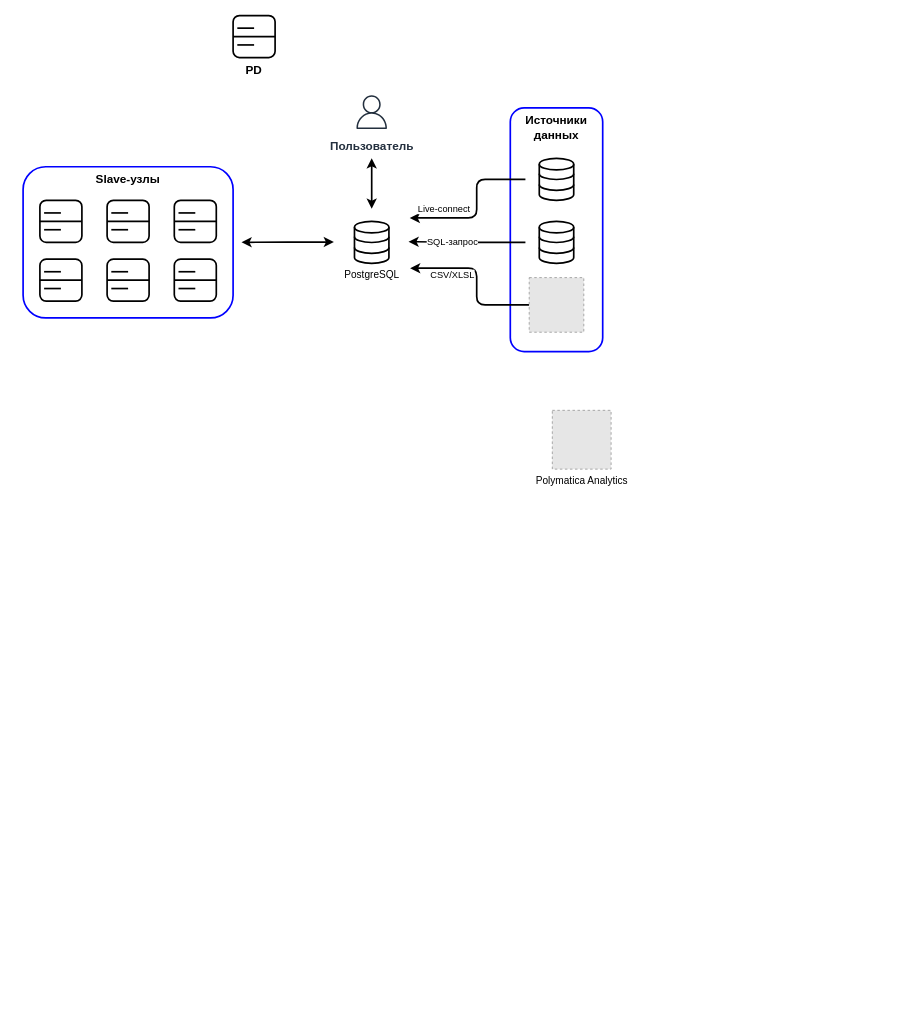
Earlier version of the draw.io diagram page "PD_v4" (10 of 10) of YDB-PD_v3.drawio (FYamaev/draw.io). Source tidied: cells renumbered, new cells numbered last; positions are measured from the earlier drawing's top-left corner, leaving out a move shared by most shapes. Both pictures are drawn from the tidied source at 84%, with x=0, y=0 at pixel (14, 15). Pictures stored in the file or linked from it are replaced by grey dashed boxes.
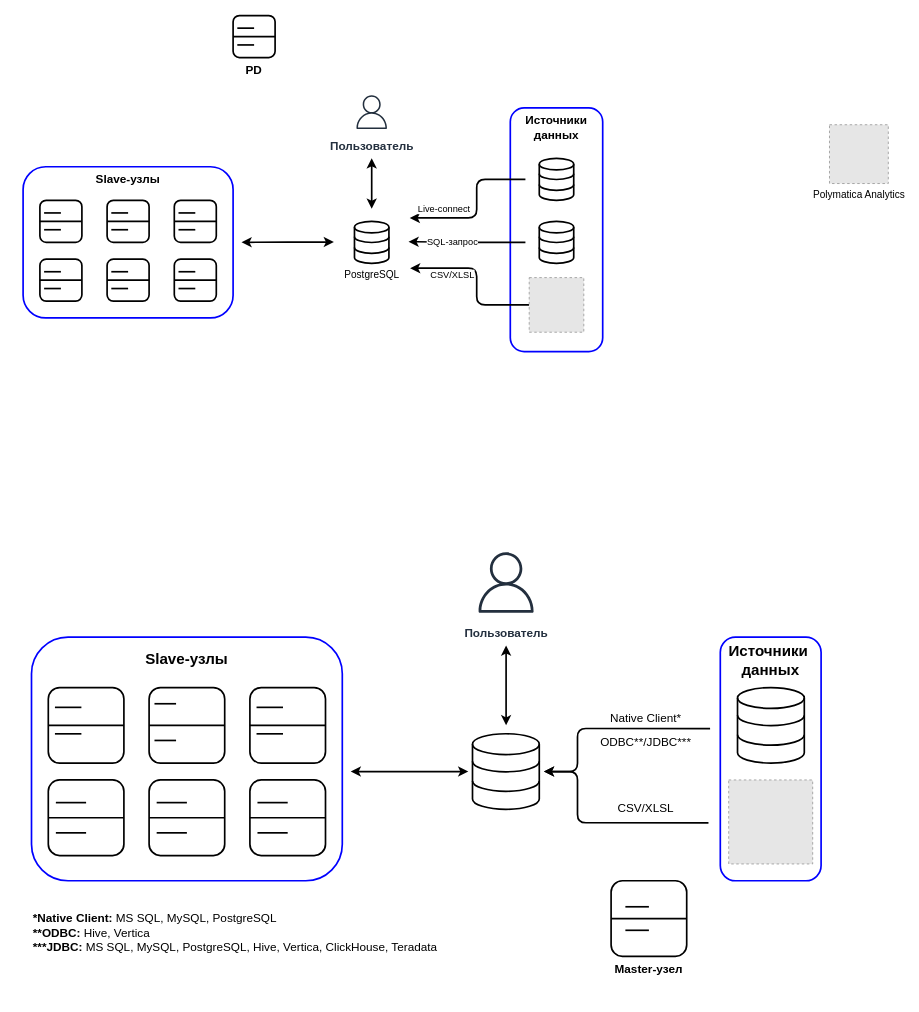
The same page after the edit.

Diff of the diagram source:
```diff
@@
     <mxCell id="57" value="Polymatica Analytics" style="fillColor=#E6E6E6;strokeColor=#999999;dashed=1;html=1;verticalAlign=top;verticalLabelPosition=bottom;labelBackgroundColor=#ffffff;" parent="1" vertex="1">
-      <mxGeometry x="640" y="470" width="70" height="70" as="geometry" />
+      <mxGeometry x="970" y="130" width="70" height="70" as="geometry" />
     </mxCell>
+    <mxCell id="58" style="rounded=0;whiteSpace=wrap;html=1;strokeColor=none;opacity=0;fontSize=14;" parent="1" vertex="1">
+      <mxGeometry x="540" y="845" width="90" height="110" as="geometry" />
+    </mxCell>
+    <mxCell id="59" style="rounded=0;whiteSpace=wrap;html=1;strokeColor=none;opacity=0;" parent="1" vertex="1">
+      <mxGeometry x="830" y="740" width="120" height="310" as="geometry" />
+    </mxCell>
+    <mxCell id="60" value="Источники&amp;nbsp;&lt;div&gt;данных&lt;/div&gt;" style="rounded=1;whiteSpace=wrap;html=1;strokeWidth=2;strokeColor=#0000FF;verticalAlign=top;fontSize=18;fontStyle=1;" parent="1" vertex="1">
+      <mxGeometry x="840" y="740" width="120" height="290" as="geometry" />
+    </mxCell>
+    <mxCell id="61" style="rounded=0;whiteSpace=wrap;html=1;strokeColor=none;opacity=0;" parent="1" vertex="1">
+      <mxGeometry x="10" y="740" width="390" height="320" as="geometry" />
+    </mxCell>
+    <mxCell id="62" style="edgeStyle=orthogonalEdgeStyle;rounded=0;jettySize=auto;html=1;exitX=0;exitY=0.5;exitDx=0;exitDy=0;entryX=1;entryY=0.5;entryDx=0;entryDy=0;startArrow=classic;startFill=1;strokeWidth=2;" parent="1" edge="1" source="58" target="61">
+      <mxGeometry relative="1" as="geometry" />
+    </mxCell>
+    <mxCell id="63" value="Slave-узлы" style="rounded=1;whiteSpace=wrap;html=1;strokeWidth=2;strokeColor=#0000FF;verticalAlign=top;fontSize=18;fontStyle=1;spacingTop=10;" parent="1" vertex="1">
+      <mxGeometry x="20" y="740" width="370" height="290" as="geometry" />
+    </mxCell>
+    <mxCell id="64" style="group;" parent="1" vertex="1">
+      <mxGeometry x="40" y="800" width="90" height="90" as="geometry" />
+    </mxCell>
+    <mxCell id="65" style="group;" parent="64" vertex="1">
+      <mxGeometry width="90" height="90" as="geometry" />
+    </mxCell>
+    <mxCell id="66" style="rounded=1;whiteSpace=wrap;html=1;strokeWidth=2;" parent="65" vertex="1">
+      <mxGeometry width="90" height="90" as="geometry" />
+    </mxCell>
+    <mxCell id="67" style="endArrow=none;html=1;rounded=0;exitX=0;exitY=0.5;exitDx=0;exitDy=0;entryX=1;entryY=0.5;entryDx=0;entryDy=0;strokeWidth=2;" parent="65" edge="1" source="66" target="66">
+      <mxGeometry relative="1" as="geometry" />
+    </mxCell>
+    <mxCell id="68" style="endArrow=none;html=1;rounded=0;strokeWidth=2;" parent="65" edge="1">
+      <mxGeometry relative="1" as="geometry">
+        <mxPoint x="7.9" y="23.6" as="sourcePoint" />
+        <mxPoint x="39.4" y="23.6" as="targetPoint" />
+      </mxGeometry>
+    </mxCell>
+    <mxCell id="69" style="endArrow=none;html=1;rounded=0;strokeWidth=2;" parent="65" edge="1">
+      <mxGeometry relative="1" as="geometry">
+        <mxPoint x="7.9" y="55.1" as="sourcePoint" />
+        <mxPoint x="39.4" y="55.1" as="targetPoint" />
+      </mxGeometry>
+    </mxCell>
+    <mxCell id="70" style="group;" parent="1" vertex="1">
+      <mxGeometry x="160" y="800" width="90" height="90" as="geometry" />
+    </mxCell>
+    <mxCell id="71" style="group;" parent="70" vertex="1">
+      <mxGeometry width="90" height="90" as="geometry" />
+    </mxCell>
+    <mxCell id="72" style="rounded=1;whiteSpace=wrap;html=1;strokeWidth=2;" parent="71" vertex="1">
+      <mxGeometry width="90" height="90" as="geometry" />
+    </mxCell>
+    <mxCell id="73" style="endArrow=none;html=1;rounded=0;exitX=0;exitY=0.5;exitDx=0;exitDy=0;entryX=1;entryY=0.5;entryDx=0;entryDy=0;strokeWidth=2;" parent="71" edge="1" source="72" target="72">
+      <mxGeometry relative="1" as="geometry" />
+    </mxCell>
+    <mxCell id="74" style="endArrow=none;html=1;rounded=0;strokeWidth=2;" parent="71" edge="1">
+      <mxGeometry relative="1" as="geometry">
+        <mxPoint x="6.4" y="19.3" as="sourcePoint" />
+        <mxPoint x="32.1" y="19.3" as="targetPoint" />
+      </mxGeometry>
+    </mxCell>
+    <mxCell id="75" style="endArrow=none;html=1;rounded=0;strokeWidth=2;" parent="71" edge="1">
+      <mxGeometry relative="1" as="geometry">
+        <mxPoint x="6.4" y="63" as="sourcePoint" />
+        <mxPoint x="32.1" y="63" as="targetPoint" />
+      </mxGeometry>
+    </mxCell>
+    <mxCell id="76" style="group;" parent="1" vertex="1">
+      <mxGeometry x="280" y="800" width="90" height="90" as="geometry" />
+    </mxCell>
+    <mxCell id="77" style="group;" parent="76" vertex="1">
+      <mxGeometry width="90" height="90" as="geometry" />
+    </mxCell>
+    <mxCell id="78" style="rounded=1;whiteSpace=wrap;html=1;strokeWidth=2;" parent="77" vertex="1">
+      <mxGeometry width="90" height="90" as="geometry" />
+    </mxCell>
+    <mxCell id="79" style="endArrow=none;html=1;rounded=0;exitX=0;exitY=0.5;exitDx=0;exitDy=0;entryX=1;entryY=0.5;entryDx=0;entryDy=0;strokeWidth=2;" parent="77" edge="1" source="78" target="78">
+      <mxGeometry relative="1" as="geometry" />
+    </mxCell>
+    <mxCell id="80" style="endArrow=none;html=1;rounded=0;strokeWidth=2;" parent="77" edge="1">
+      <mxGeometry relative="1" as="geometry">
+        <mxPoint x="7.9" y="23.6" as="sourcePoint" />
+        <mxPoint x="39.4" y="23.6" as="targetPoint" />
+      </mxGeometry>
+    </mxCell>
+    <mxCell id="81" style="endArrow=none;html=1;rounded=0;strokeWidth=2;" parent="77" edge="1">
+      <mxGeometry relative="1" as="geometry">
+        <mxPoint x="7.9" y="55.1" as="sourcePoint" />
+        <mxPoint x="39.4" y="55.1" as="targetPoint" />
+      </mxGeometry>
+    </mxCell>
+    <mxCell id="82" style="group;" parent="1" vertex="1">
+      <mxGeometry x="40" y="910" width="90" height="90" as="geometry" />
+    </mxCell>
+    <mxCell id="83" style="group;" parent="82" vertex="1">
+      <mxGeometry width="90" height="90" as="geometry" />
+    </mxCell>
+    <mxCell id="84" style="rounded=1;whiteSpace=wrap;html=1;strokeWidth=2;" parent="83" vertex="1">
+      <mxGeometry width="90" height="90" as="geometry" />
+    </mxCell>
+    <mxCell id="85" style="endArrow=none;html=1;rounded=0;exitX=0;exitY=0.5;exitDx=0;exitDy=0;entryX=1;entryY=0.5;entryDx=0;entryDy=0;strokeWidth=2;" parent="83" edge="1" source="84" target="84">
+      <mxGeometry relative="1" as="geometry" />
+    </mxCell>
+    <mxCell id="86" style="endArrow=none;html=1;rounded=0;strokeWidth=2;" parent="83" edge="1">
+      <mxGeometry relative="1" as="geometry">
+        <mxPoint x="9" y="27" as="sourcePoint" />
+        <mxPoint x="45" y="27" as="targetPoint" />
+      </mxGeometry>
+    </mxCell>
+    <mxCell id="87" style="endArrow=none;html=1;rounded=0;strokeWidth=2;" parent="83" edge="1">
+      <mxGeometry relative="1" as="geometry">
+        <mxPoint x="9" y="63" as="sourcePoint" />
+        <mxPoint x="45" y="63" as="targetPoint" />
+      </mxGeometry>
+    </mxCell>
+    <mxCell id="88" style="group;" parent="1" vertex="1">
+      <mxGeometry x="280" y="910" width="90" height="90" as="geometry" />
+    </mxCell>
+    <mxCell id="89" style="group;" parent="88" vertex="1">
+      <mxGeometry width="90" height="90" as="geometry" />
+    </mxCell>
+    <mxCell id="90" style="group;" parent="89" vertex="1">
+      <mxGeometry width="90" height="90" as="geometry" />
+    </mxCell>
+    <mxCell id="91" style="rounded=1;whiteSpace=wrap;html=1;strokeWidth=2;" parent="90" vertex="1">
+      <mxGeometry width="90" height="90" as="geometry" />
+    </mxCell>
+    <mxCell id="92" style="endArrow=none;html=1;rounded=0;exitX=0;exitY=0.5;exitDx=0;exitDy=0;entryX=1;entryY=0.5;entryDx=0;entryDy=0;strokeWidth=2;" parent="90" edge="1" source="91" target="91">
+      <mxGeometry relative="1" as="geometry" />
+    </mxCell>
+    <mxCell id="93" style="endArrow=none;html=1;rounded=0;strokeWidth=2;" parent="90" edge="1">
+      <mxGeometry relative="1" as="geometry">
+        <mxPoint x="9" y="27" as="sourcePoint" />
+        <mxPoint x="45" y="27" as="targetPoint" />
+      </mxGeometry>
+    </mxCell>
+    <mxCell id="94" style="endArrow=none;html=1;rounded=0;strokeWidth=2;" parent="90" edge="1">
+      <mxGeometry relative="1" as="geometry">
+        <mxPoint x="9" y="63" as="sourcePoint" />
+        <mxPoint x="45" y="63" as="targetPoint" />
+      </mxGeometry>
+    </mxCell>
+    <mxCell id="95" value="Пользователь" style="sketch=0;fontColor=#232F3E;gradientColor=none;strokeColor=#232F3E;fillColor=#ffffff;dashed=0;verticalLabelPosition=bottom;verticalAlign=top;align=center;html=1;fontSize=14;fontStyle=1;shape=mxgraph.aws4.resourceIcon;resIcon=mxgraph.aws4.user;" parent="1" vertex="1">
+      <mxGeometry x="540" y="630" width="90" height="90" as="geometry" />
+    </mxCell>
+    <mxCell id="96" style="endArrow=classic;startArrow=classic;html=1;rounded=0;strokeWidth=2;exitX=0.5;exitY=0;exitDx=0;exitDy=0;" parent="1" edge="1" source="58">
+      <mxGeometry relative="1" as="geometry">
+        <mxPoint x="585" y="750" as="targetPoint" />
+      </mxGeometry>
+    </mxCell>
+    <mxCell id="97" style="rounded=1;jettySize=auto;html=1;strokeWidth=2;spacing=0;jumpSize=6;entryX=1;entryY=0.5;entryDx=0;entryDy=0;exitX=-0.018;exitY=0.351;exitDx=0;exitDy=0;exitPerimeter=0;edgeStyle=orthogonalEdgeStyle;" parent="1" edge="1" source="59" target="58">
+      <mxGeometry relative="1" as="geometry">
+        <Array as="points">
+          <mxPoint x="670" y="849" />
+          <mxPoint x="670" y="900" />
+        </Array>
+      </mxGeometry>
+    </mxCell>
+    <mxCell id="98" value="ODBC**/JDBC***" style="edgeLabel;html=1;align=center;verticalAlign=top;fontSize=14;" parent="97" vertex="1">
+      <mxGeometry x="0.43" relative="1" as="geometry">
+        <mxPoint x="80" y="-19" as="offset" />
+      </mxGeometry>
+    </mxCell>
+    <mxCell id="99" value="Native Client*" style="edgeLabel;html=1;align=center;verticalAlign=bottom;rotation=0;fontSize=14;" parent="97" vertex="1">
+      <mxGeometry x="0.43" relative="1" as="geometry">
+        <mxPoint x="80" y="-22" as="offset" />
+      </mxGeometry>
+    </mxCell>
+    <mxCell id="100" style="html=1;verticalLabelPosition=bottom;align=center;labelBackgroundColor=#ffffff;verticalAlign=top;strokeWidth=2;strokeColor=#000000;shadow=0;dashed=0;shape=mxgraph.ios7.icons.data;" parent="1" vertex="1">
+      <mxGeometry x="860.5" y="800" width="79.5" height="90" as="geometry" />
+    </mxCell>
+    <mxCell id="101" style="rounded=1;jettySize=auto;html=1;strokeWidth=2;entryX=1;entryY=0.5;entryDx=0;entryDy=0;exitX=-0.034;exitY=0.713;exitDx=0;exitDy=0;exitPerimeter=0;edgeStyle=orthogonalEdgeStyle;" parent="1" edge="1" source="59" target="58">
+      <mxGeometry relative="1" as="geometry">
+        <Array as="points">
+          <mxPoint x="670" y="961" />
+          <mxPoint x="670" y="900" />
+        </Array>
+      </mxGeometry>
+    </mxCell>
+    <mxCell id="102" value="CSV/XLSL" style="edgeLabel;html=1;align=center;verticalAlign=bottom;fontSize=14;" parent="101" vertex="1">
+      <mxGeometry x="0.6" relative="1" as="geometry">
+        <mxPoint x="80" y="43" as="offset" />
+      </mxGeometry>
+    </mxCell>
+    <mxCell id="103" style="fillColor=#E6E6E6;strokeColor=#999999;dashed=1;html=1;verticalAlign=top;verticalLabelPosition=bottom;labelBackgroundColor=#ffffff;" parent="1" vertex="1">
+      <mxGeometry x="850" y="910" width="100" height="100" as="geometry" />
+    </mxCell>
+    <mxCell id="104" style="group;fontSize=15;" parent="1" vertex="1">
+      <mxGeometry x="720" y="1040" width="80" height="130" as="geometry" />
+    </mxCell>
+    <mxCell id="105" value="Master-узел" style="rounded=1;whiteSpace=wrap;html=1;strokeWidth=2;labelPosition=center;verticalLabelPosition=bottom;align=center;verticalAlign=top;fontSize=14;fontStyle=1;" parent="104" vertex="1">
+      <mxGeometry x="-10" y="-10" width="90" height="90" as="geometry" />
+    </mxCell>
+    <mxCell id="106" style="endArrow=none;html=1;rounded=0;exitX=0;exitY=0.5;exitDx=0;exitDy=0;entryX=1;entryY=0.5;entryDx=0;entryDy=0;strokeWidth=2;elbow=vertical;" parent="104" edge="1" source="105" target="105">
+      <mxGeometry relative="1" as="geometry" />
+    </mxCell>
+    <mxCell id="107" style="endArrow=none;html=1;rounded=0;strokeWidth=2;" parent="104" edge="1">
+      <mxGeometry relative="1" as="geometry">
+        <mxPoint x="7" y="21" as="sourcePoint" />
+        <mxPoint x="35" y="21" as="targetPoint" />
+      </mxGeometry>
+    </mxCell>
+    <mxCell id="108" style="endArrow=none;html=1;rounded=0;strokeWidth=2;" parent="104" edge="1">
+      <mxGeometry relative="1" as="geometry">
+        <mxPoint x="7" y="49" as="sourcePoint" />
+        <mxPoint x="35" y="49" as="targetPoint" />
+      </mxGeometry>
+    </mxCell>
+    <mxCell id="109" value="&lt;b&gt;*Native Client:&lt;/b&gt;&amp;nbsp;&lt;span style=&quot;background-color: transparent; color: light-dark(rgb(0, 0, 0), rgb(255, 255, 255));&quot;&gt;MS SQL,&amp;nbsp;&lt;/span&gt;&lt;span style=&quot;background-color: transparent; color: light-dark(rgb(0, 0, 0), rgb(255, 255, 255));&quot;&gt;MySQL,&amp;nbsp;&lt;/span&gt;&lt;span style=&quot;background-color: transparent; color: light-dark(rgb(0, 0, 0), rgb(255, 255, 255));&quot;&gt;PostgreSQL&lt;/span&gt;&lt;div&gt;&lt;span style=&quot;background-color: transparent; color: light-dark(rgb(0, 0, 0), rgb(255, 255, 255));&quot;&gt;&lt;b&gt;**ODBC:&lt;/b&gt; Hive, Vertica&lt;/span&gt;&lt;/div&gt;&lt;div&gt;&lt;span style=&quot;color: light-dark(rgb(0, 0, 0), rgb(255, 255, 255)); background-color: transparent;&quot;&gt;&lt;b&gt;***JDBC:&lt;/b&gt;&amp;nbsp;&lt;/span&gt;&lt;span style=&quot;color: light-dark(rgb(0, 0, 0), rgb(255, 255, 255)); background-color: transparent;&quot;&gt;MS SQL,&amp;nbsp;&lt;/span&gt;&lt;span style=&quot;color: light-dark(rgb(0, 0, 0), rgb(255, 255, 255)); background-color: transparent;&quot;&gt;MySQL,&amp;nbsp;&lt;/span&gt;&lt;span style=&quot;color: light-dark(rgb(0, 0, 0), rgb(255, 255, 255)); background-color: transparent;&quot;&gt;PostgreSQL, Hive, Vertica, ClickHouse, Teradata&lt;/span&gt;&lt;span style=&quot;background-color: transparent; color: light-dark(rgb(0, 0, 0), rgb(255, 255, 255));&quot;&gt;&lt;/span&gt;&lt;/div&gt;" style="text;html=1;align=left;verticalAlign=top;whiteSpace=wrap;rounded=0;fontSize=14;" parent="1" vertex="1">
+      <mxGeometry x="20" y="1060" width="660" height="60" as="geometry" />
+    </mxCell>
+    <mxCell id="110" style="group;" parent="1" vertex="1">
+      <mxGeometry x="160" y="910" width="90" height="90" as="geometry" />
+    </mxCell>
+    <mxCell id="111" style="rounded=1;whiteSpace=wrap;html=1;strokeWidth=2;" parent="110" vertex="1">
+      <mxGeometry width="90" height="90" as="geometry" />
+    </mxCell>
+    <mxCell id="112" style="endArrow=none;html=1;rounded=0;exitX=0;exitY=0.5;exitDx=0;exitDy=0;entryX=1;entryY=0.5;entryDx=0;entryDy=0;strokeWidth=2;" parent="110" edge="1" source="111" target="111">
+      <mxGeometry relative="1" as="geometry" />
+    </mxCell>
+    <mxCell id="113" style="endArrow=none;html=1;rounded=0;strokeWidth=2;" parent="110" edge="1">
+      <mxGeometry relative="1" as="geometry">
+        <mxPoint x="9" y="27" as="sourcePoint" />
+        <mxPoint x="45" y="27" as="targetPoint" />
+      </mxGeometry>
+    </mxCell>
+    <mxCell id="114" style="endArrow=none;html=1;rounded=0;strokeWidth=2;" parent="110" edge="1">
+      <mxGeometry relative="1" as="geometry">
+        <mxPoint x="9" y="63" as="sourcePoint" />
+        <mxPoint x="45" y="63" as="targetPoint" />
+      </mxGeometry>
+    </mxCell>
+    <mxCell id="115" style="html=1;verticalLabelPosition=bottom;align=center;labelBackgroundColor=#ffffff;verticalAlign=top;strokeWidth=2;strokeColor=#000000;shadow=0;dashed=0;shape=mxgraph.ios7.icons.data;" parent="1" vertex="1">
+      <mxGeometry x="545" y="855" width="79.5" height="90" as="geometry" />
+    </mxCell>
```
